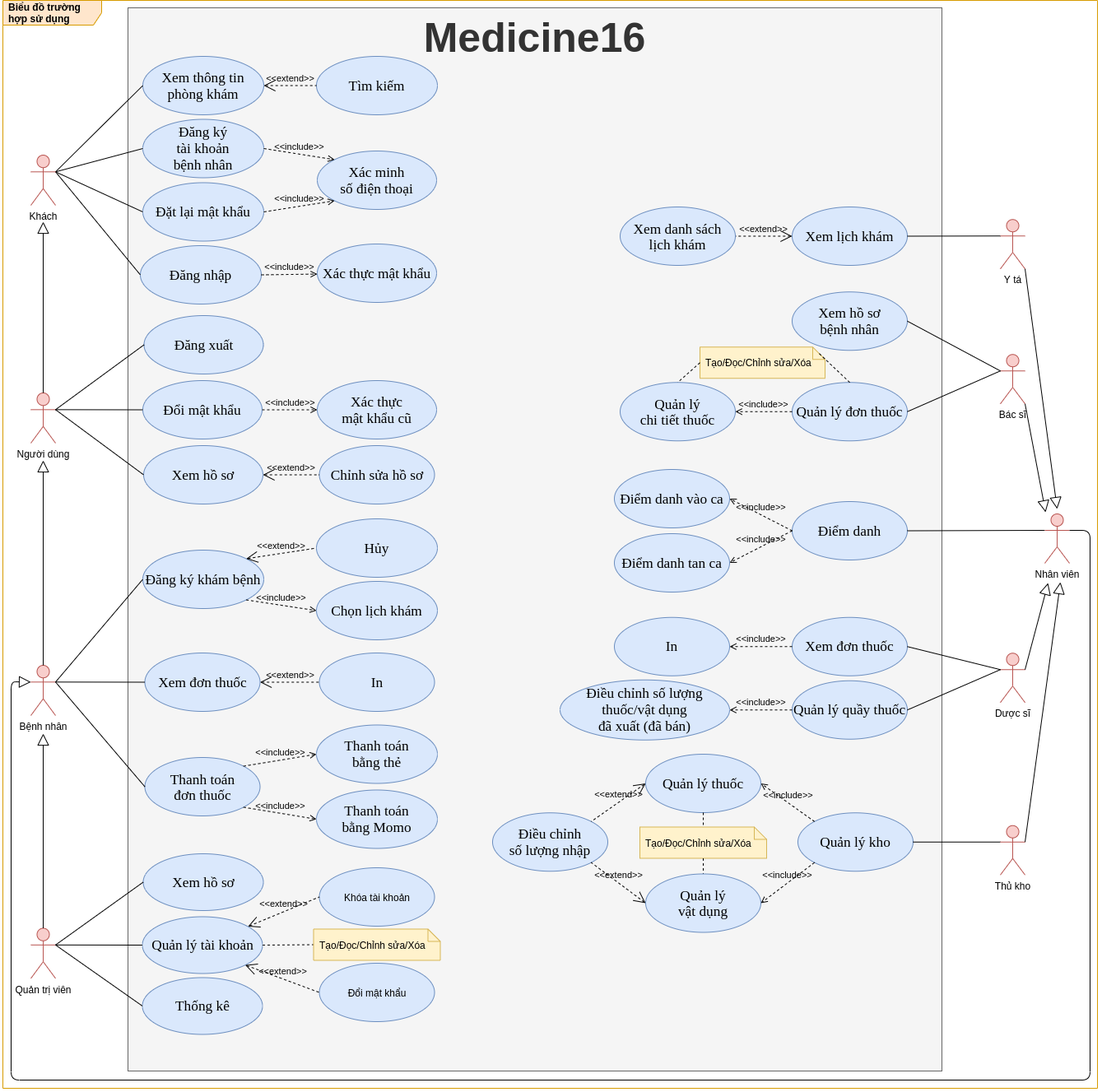
The draw.io diagram images/Use Case Diagram.png in luclegen/medicine16, before a commit. Source tidied: cells renumbered, new cells last; positions are measured from the earlier drawing's top-left corner, leaving out a move shared by most shapes.
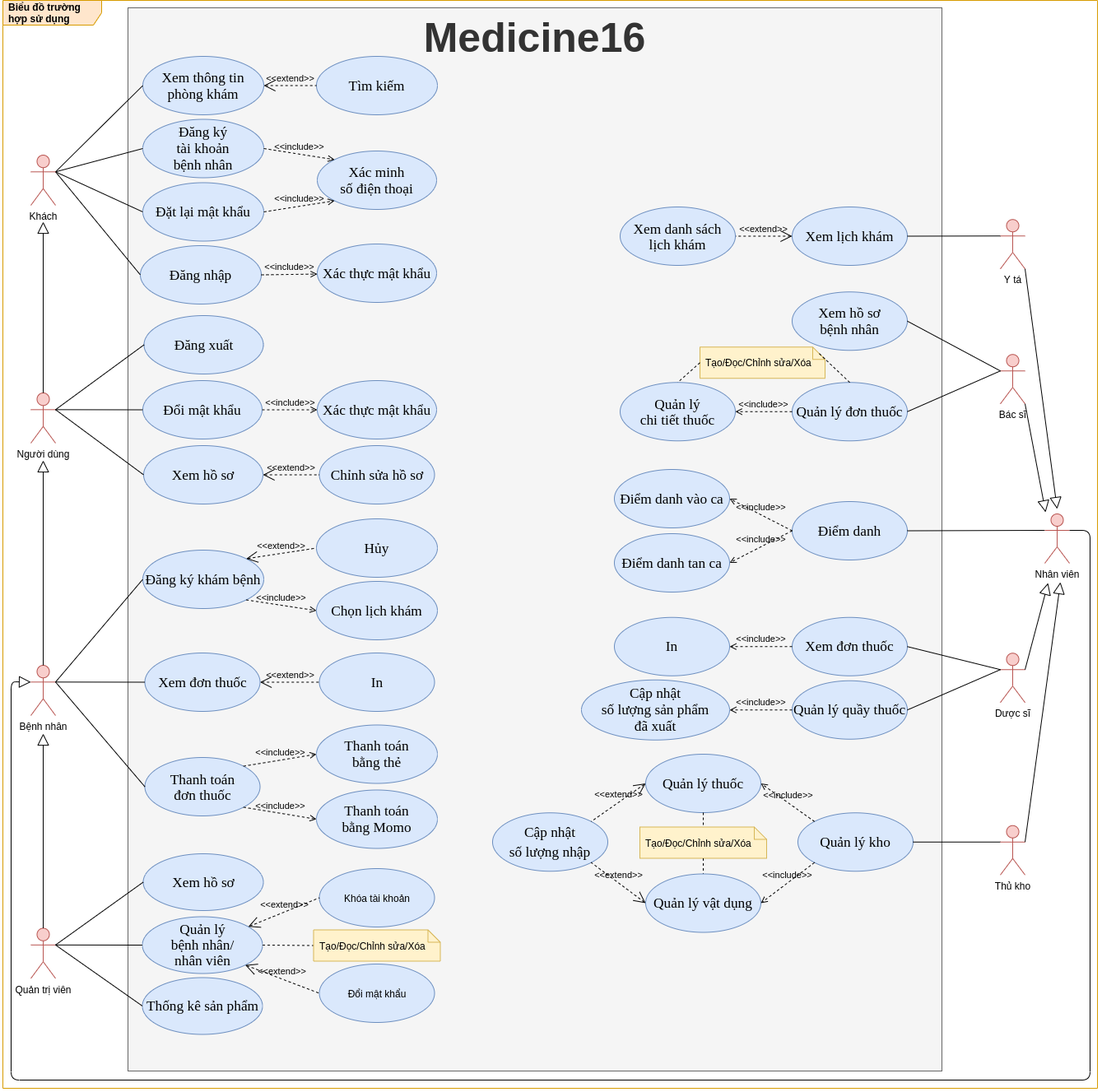
Later version of the same file.

Commit message:
Update Use Case Diagram

Change to the diagram source:
```diff
@@ -74,7 +74,7 @@
     <mxCell id="25" style="edgeStyle=none;html=1;endArrow=none;verticalAlign=bottom;exitX=1;exitY=0.3333333333333333;exitDx=0;exitDy=0;exitPerimeter=0;entryX=0;entryY=0.5;entryDx=0;entryDy=0;" parent="1" edge="1" source="18" target="24">
       <mxGeometry relative="1" as="geometry" />
     </mxCell>
-    <mxCell id="26" value="&lt;font face=&quot;times new roman, serif&quot;&gt;&lt;span style=&quot;font-size: 17.3333px&quot;&gt;Xác thực&lt;br&gt;mật khẩu cũ&lt;/span&gt;&lt;/font&gt;" style="ellipse;whiteSpace=wrap;html=1;fillColor=#dae8fc;strokeColor=#6c8ebf;" parent="1" vertex="1">
+    <mxCell id="26" value="&lt;font face=&quot;times new roman, serif&quot;&gt;&lt;span style=&quot;font-size: 17.3333px&quot;&gt;Xác thực mật khẩu&lt;/span&gt;&lt;/font&gt;" style="ellipse;whiteSpace=wrap;html=1;fillColor=#dae8fc;strokeColor=#6c8ebf;" parent="1" vertex="1">
       <mxGeometry x="382" y="462" width="145" height="71" as="geometry" />
     </mxCell>
     <mxCell id="27" value="&amp;lt;&amp;lt;include&amp;gt;&amp;gt;" style="edgeStyle=none;html=1;endArrow=open;verticalAlign=bottom;dashed=1;labelBackgroundColor=none;exitX=1;exitY=0.5;exitDx=0;exitDy=0;entryX=0;entryY=0.5;entryDx=0;entryDy=0;" parent="1" edge="1" source="24" target="26">
@@ -88,34 +88,31 @@
         <mxPoint x="49" y="269" as="targetPoint" />
       </mxGeometry>
     </mxCell>
-    <mxCell id="30" value="&lt;span lang=&quot;EN-US&quot; style=&quot;font-size: 13.0pt ; line-height: 115% ; font-family: &amp;#34;times new roman&amp;#34; , serif&quot;&gt;Quản&lt;/span&gt;&lt;span style=&quot;font-size: 13.0pt ; line-height: 115% ; font-family: &amp;#34;times new roman&amp;#34; , serif&quot;&gt; lý tài khoản&lt;/span&gt;" style="ellipse;whiteSpace=wrap;html=1;fillColor=#dae8fc;strokeColor=#6c8ebf;" parent="1" vertex="1">
+    <mxCell id="30" value="&lt;span lang=&quot;EN-US&quot; style=&quot;font-size: 13.0pt ; line-height: 115% ; font-family: &amp;#34;times new roman&amp;#34; , serif&quot;&gt;Quản&lt;/span&gt;&lt;span style=&quot;font-size: 13.0pt ; line-height: 115% ; font-family: &amp;#34;times new roman&amp;#34; , serif&quot;&gt; lý&lt;br&gt;bệnh nhân/&lt;br&gt;nhân viên&lt;/span&gt;" style="ellipse;whiteSpace=wrap;html=1;fillColor=#dae8fc;strokeColor=#6c8ebf;" parent="1" vertex="1">
       <mxGeometry x="169.5" y="1113.5" width="146" height="69" as="geometry" />
     </mxCell>
     <mxCell id="31" value="Quản trị viên" style="shape=umlActor;verticalLabelPosition=bottom;verticalAlign=top;html=1;fillColor=#f8cecc;strokeColor=#b85450;" parent="1" vertex="1">
       <mxGeometry x="34" y="1127.5" width="30" height="61" as="geometry" />
     </mxCell>
-    <mxCell id="32" style="edgeStyle=none;html=1;endArrow=none;verticalAlign=bottom;exitX=1;exitY=0.3333333333333333;exitDx=0;exitDy=0;exitPerimeter=0;entryX=0;entryY=0.5;entryDx=0;entryDy=0;" parent="1" edge="1" source="31" target="30">
-      <mxGeometry relative="1" as="geometry" />
-    </mxCell>
     <mxCell id="33" style="endArrow=none;dashed=1;html=1;entryX=0;entryY=0.5;entryDx=0;entryDy=0;entryPerimeter=0;exitX=1;exitY=0.5;exitDx=0;exitDy=0;" parent="1" edge="1" source="30" target="34">
       <mxGeometry relative="1" as="geometry" />
     </mxCell>
     <mxCell id="34" value="Tạo/Đọc/Chỉnh sửa/Xóa" style="shape=note;size=15;spacingLeft=5;align=left;whiteSpace=wrap;fillColor=#fff2cc;strokeColor=#d6b656;" parent="1" vertex="1">
-      <mxGeometry x="377.5" y="1128.5" width="154" height="38" as="geometry" />
+      <mxGeometry x="377.5" y="1129.5" width="154" height="38" as="geometry" />
     </mxCell>
     <mxCell id="35" value="&lt;span style=&quot;text-align: left&quot;&gt;Khóa tài khoản&lt;/span&gt;" style="ellipse;whiteSpace=wrap;html=1;fillColor=#dae8fc;strokeColor=#6c8ebf;" parent="1" vertex="1">
-      <mxGeometry x="384.5" y="1054" width="140" height="71" as="geometry" />
+      <mxGeometry x="384.5" y="1055" width="140" height="71" as="geometry" />
     </mxCell>
     <mxCell id="36" value="&amp;lt;&amp;lt;extend&amp;gt;&amp;gt;" style="edgeStyle=none;html=1;startArrow=open;endArrow=none;startSize=12;verticalAlign=bottom;dashed=1;labelBackgroundColor=none;entryX=0;entryY=0.5;entryDx=0;entryDy=0;" parent="1" edge="1" source="30" target="35">
       <mxGeometry relative="1" as="geometry" />
     </mxCell>
     <mxCell id="37" value="&lt;span style=&quot;text-align: left&quot;&gt;Đổi mật khẩu&lt;/span&gt;" style="ellipse;whiteSpace=wrap;html=1;fillColor=#dae8fc;strokeColor=#6c8ebf;" parent="1" vertex="1">
-      <mxGeometry x="384.5" y="1170" width="140" height="71" as="geometry" />
+      <mxGeometry x="384.5" y="1171" width="140" height="71" as="geometry" />
     </mxCell>
     <mxCell id="38" value="&amp;lt;&amp;lt;extend&amp;gt;&amp;gt;" style="edgeStyle=none;html=1;startArrow=open;endArrow=none;startSize=12;verticalAlign=bottom;dashed=1;labelBackgroundColor=none;entryX=0;entryY=0.5;entryDx=0;entryDy=0;exitX=1;exitY=1;exitDx=0;exitDy=0;" parent="1" edge="1" source="30" target="37">
       <mxGeometry relative="1" as="geometry" />
     </mxCell>
-    <mxCell id="39" value="&lt;font face=&quot;times new roman, serif&quot;&gt;&lt;span style=&quot;font-size: 17.3333px&quot;&gt;Thống kê&lt;/span&gt;&lt;/font&gt;" style="ellipse;whiteSpace=wrap;html=1;fillColor=#dae8fc;strokeColor=#6c8ebf;" parent="1" vertex="1">
+    <mxCell id="39" value="&lt;font face=&quot;times new roman, serif&quot;&gt;&lt;span style=&quot;font-size: 17.3333px&quot;&gt;Thống kê sản phẩm&lt;/span&gt;&lt;/font&gt;" style="ellipse;whiteSpace=wrap;html=1;fillColor=#dae8fc;strokeColor=#6c8ebf;" parent="1" vertex="1">
       <mxGeometry x="169.5" y="1187.5" width="146" height="69" as="geometry" />
     </mxCell>
     <mxCell id="40" style="edgeStyle=none;html=1;endArrow=none;verticalAlign=bottom;entryX=0;entryY=0.5;entryDx=0;entryDy=0;exitX=1;exitY=0.3333333333333333;exitDx=0;exitDy=0;exitPerimeter=0;" parent="1" edge="1" source="31" target="39">
@@ -237,8 +234,8 @@
     <mxCell id="78" style="edgeStyle=none;html=1;endArrow=none;verticalAlign=bottom;exitX=0;exitY=0.3333333333333333;exitDx=0;exitDy=0;exitPerimeter=0;entryX=1;entryY=0.5;entryDx=0;entryDy=0;" parent="1" edge="1" source="72" target="77">
       <mxGeometry relative="1" as="geometry" />
     </mxCell>
-    <mxCell id="79" value="&lt;span style=&quot;font-family: &amp;#34;times new roman&amp;#34; , serif ; font-size: 17.3333px&quot;&gt;Điều chỉnh số lượng thuốc/vật dụng&lt;br&gt;đã xuất (đã bán)&lt;/span&gt;" style="ellipse;whiteSpace=wrap;html=1;fillColor=#dae8fc;strokeColor=#6c8ebf;" parent="1" vertex="1">
-      <mxGeometry x="677" y="825.8" width="206" height="73" as="geometry" />
+    <mxCell id="79" value="&lt;span style=&quot;font-family: &amp;#34;times new roman&amp;#34; , serif ; font-size: 17.3333px&quot;&gt;Cập nhật&lt;br&gt;số lượng sản phẩm&lt;br&gt;đã xuất&lt;/span&gt;" style="ellipse;whiteSpace=wrap;html=1;fillColor=#dae8fc;strokeColor=#6c8ebf;" parent="1" vertex="1">
+      <mxGeometry x="703" y="825.8" width="180" height="73" as="geometry" />
     </mxCell>
     <mxCell id="80" value="&amp;lt;&amp;lt;include&amp;gt;&amp;gt;" style="edgeStyle=none;html=1;endArrow=open;verticalAlign=bottom;dashed=1;labelBackgroundColor=none;entryX=1;entryY=0.5;entryDx=0;entryDy=0;exitX=0;exitY=0.5;exitDx=0;exitDy=0;" parent="1" edge="1" source="77" target="79">
       <mxGeometry relative="1" as="geometry" />
@@ -258,7 +255,7 @@
     <mxCell id="85" value="&amp;lt;&amp;lt;include&amp;gt;&amp;gt;" style="edgeStyle=none;html=1;endArrow=open;verticalAlign=bottom;dashed=1;labelBackgroundColor=none;entryX=1;entryY=0.5;entryDx=0;entryDy=0;exitX=0;exitY=0;exitDx=0;exitDy=0;" parent="1" edge="1" source="81" target="84">
       <mxGeometry relative="1" as="geometry" />
     </mxCell>
-    <mxCell id="86" value="&lt;span style=&quot;font-family: &amp;#34;times new roman&amp;#34; , serif ; font-size: 17.3333px&quot;&gt;Điều chỉnh&lt;br&gt;số lượng nhập&lt;/span&gt;" style="ellipse;whiteSpace=wrap;html=1;fillColor=#dae8fc;strokeColor=#6c8ebf;" parent="1" vertex="1">
+    <mxCell id="86" value="&lt;span style=&quot;font-family: &amp;#34;times new roman&amp;#34; , serif ; font-size: 17.3333px&quot;&gt;Cập nhật&lt;/span&gt;&lt;br style=&quot;font-family: &amp;#34;times new roman&amp;#34; , serif ; font-size: 17.3333px&quot;&gt;&lt;span style=&quot;font-family: &amp;#34;times new roman&amp;#34; , serif ; font-size: 17.3333px&quot;&gt;số lượng nhập&lt;/span&gt;" style="ellipse;whiteSpace=wrap;html=1;fillColor=#dae8fc;strokeColor=#6c8ebf;" parent="1" vertex="1">
       <mxGeometry x="595" y="987.2" width="140" height="71" as="geometry" />
     </mxCell>
     <mxCell id="87" value="&amp;lt;&amp;lt;extend&amp;gt;&amp;gt;" style="edgeStyle=none;html=1;startArrow=open;endArrow=none;startSize=12;verticalAlign=bottom;dashed=1;labelBackgroundColor=none;entryX=1;entryY=0;entryDx=0;entryDy=0;exitX=0;exitY=0.5;exitDx=0;exitDy=0;" parent="1" edge="1" source="84" target="86">
@@ -279,7 +276,7 @@
     <mxCell id="92" style="endArrow=none;dashed=1;html=1;entryX=0.5;entryY=0;entryDx=0;entryDy=0;exitX=0.5;exitY=1;exitDx=0;exitDy=0;exitPerimeter=0;" parent="1" edge="1" source="90" target="93">
       <mxGeometry relative="1" as="geometry" />
     </mxCell>
-    <mxCell id="93" value="&lt;span lang=&quot;EN-US&quot; style=&quot;font-size: 13pt ; line-height: 19.9333px ; font-family: &amp;#34;times new roman&amp;#34; , serif&quot;&gt;Quản&lt;/span&gt;&lt;span style=&quot;font-size: 13pt ; line-height: 19.9333px ; font-family: &amp;#34;times new roman&amp;#34; , serif&quot;&gt;&amp;nbsp;lý&lt;br&gt;vật dụng&lt;/span&gt;" style="ellipse;whiteSpace=wrap;html=1;fillColor=#dae8fc;strokeColor=#6c8ebf;" parent="1" vertex="1">
+    <mxCell id="93" value="&lt;span lang=&quot;EN-US&quot; style=&quot;font-size: 13pt ; line-height: 19.9333px ; font-family: &amp;#34;times new roman&amp;#34; , serif&quot;&gt;Quản&lt;/span&gt;&lt;span style=&quot;font-size: 13pt ; line-height: 19.9333px ; font-family: &amp;#34;times new roman&amp;#34; , serif&quot;&gt;&amp;nbsp;lý vật dụng&lt;/span&gt;" style="ellipse;whiteSpace=wrap;html=1;fillColor=#dae8fc;strokeColor=#6c8ebf;" parent="1" vertex="1">
       <mxGeometry x="781" y="1061.5" width="140" height="71" as="geometry" />
     </mxCell>
     <mxCell id="94" style="edgeStyle=none;html=1;endArrow=block;endFill=0;endSize=12;verticalAlign=bottom;exitX=0.5;exitY=0;exitDx=0;exitDy=0;exitPerimeter=0;" parent="1" edge="1" source="41">
@@ -362,5 +359,8 @@
     <mxCell id="114" value="&lt;span style=&quot;font-size: 13.0pt ; line-height: 115% ; font-family: &amp;#34;times new roman&amp;#34; , serif&quot;&gt;Xem danh sách&lt;br&gt;lịch khám&lt;/span&gt;" style="ellipse;whiteSpace=wrap;html=1;fillColor=#dae8fc;strokeColor=#6c8ebf;" parent="1" vertex="1">
       <mxGeometry x="750" y="251" width="140" height="71" as="geometry" />
     </mxCell>
+    <mxCell id="32" style="edgeStyle=none;html=1;endArrow=none;verticalAlign=bottom;entryX=0;entryY=0.5;entryDx=0;entryDy=0;exitX=1;exitY=0.3333333333333333;exitDx=0;exitDy=0;exitPerimeter=0;" parent="1" edge="1" source="31" target="30">
+      <mxGeometry relative="1" as="geometry" />
+    </mxCell>
   </root>
 </mxGraphModel>
```
